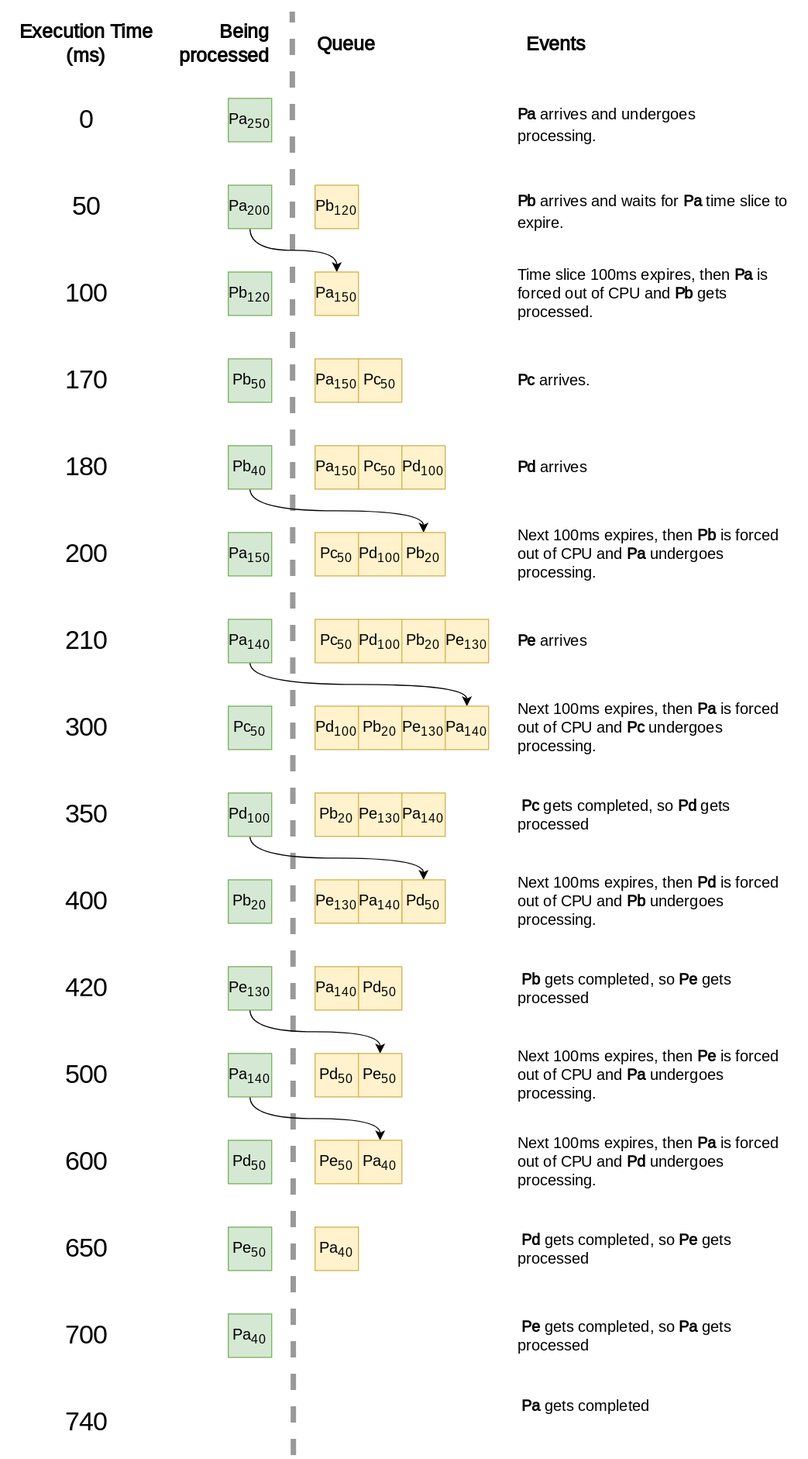
canonical/real-time-ubuntu-docs keeps this draw.io diagram as docs/explanation/rr_scheduler.svg. Above is the earlier version. Source tidied: cells renumbered, new cells last; positions are measured from the earlier drawing's top-left corner, leaving out a move shared by most shapes.
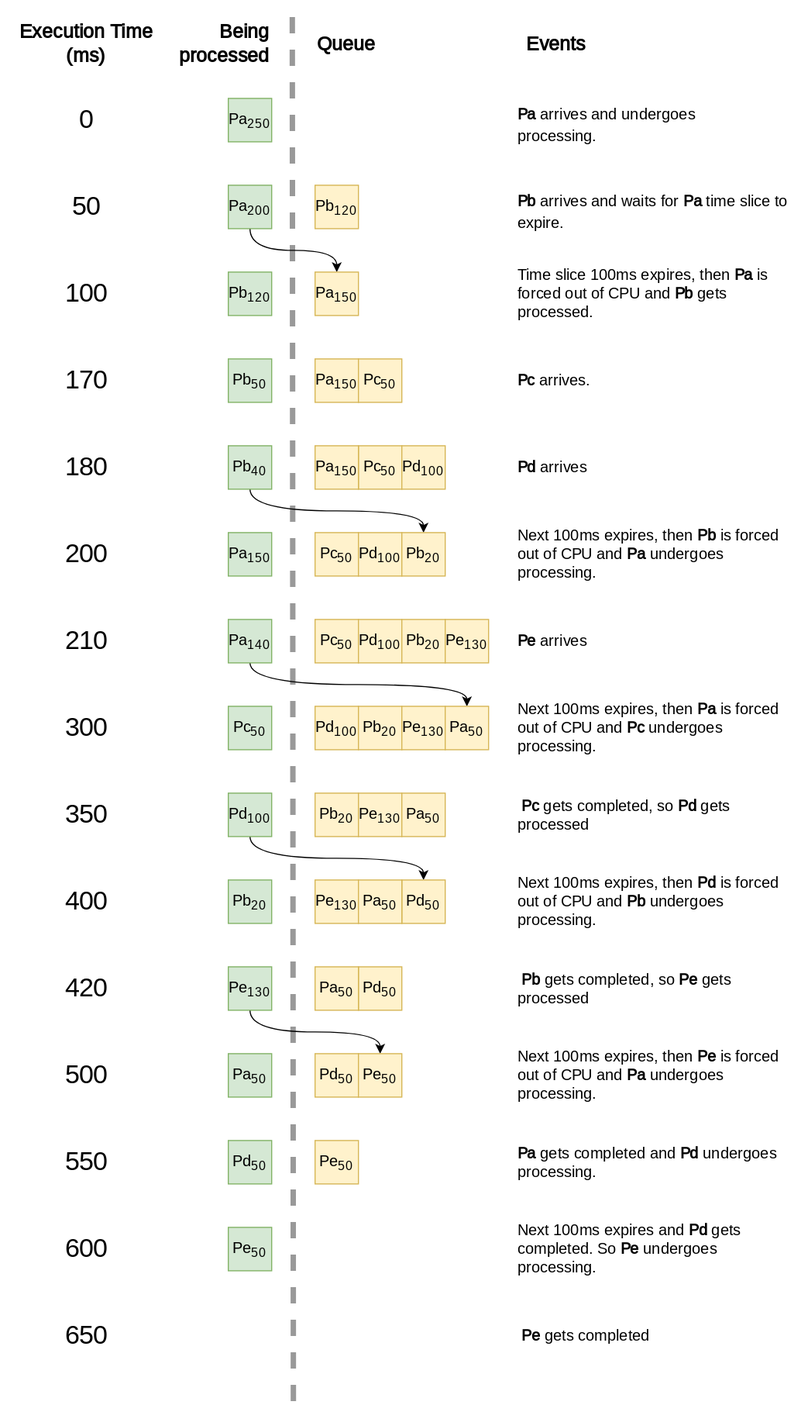
Later version of the same file.

Commit message:
fix: Wrong time decrementation for rr sched (#82)

* fix: Wrong time decrementation for rr sched

* fix: replace wrong SVG file

---------

What changed in the source:
```diff
@@ -13,7 +13,7 @@
     </mxCell>
     <mxCell id="5" style="endArrow=none;dashed=1;html=1;rounded=0;strokeWidth=5;strokeColor=#999999;fontFamily=Ubuntu;fontSource=https%3A%2F%2Ffonts.googleapis.com%2Fcss%3Ffamily%3DUbuntu;" parent="1" edge="1">
       <mxGeometry relative="1" as="geometry">
-        <mxPoint x="270" y="1340" as="sourcePoint" />
+        <mxPoint x="270" y="1290" as="sourcePoint" />
         <mxPoint x="269" y="10" as="targetPoint" />
       </mxGeometry>
     </mxCell>
@@ -149,7 +149,7 @@
     <mxCell id="49" value="&lt;font style=&quot;font-size: 14px;&quot;&gt;Pe&lt;sub style=&quot;&quot;&gt;130&lt;/sub&gt;&lt;/font&gt;" style="rounded=0;whiteSpace=wrap;html=1;fillColor=#fff2cc;strokeColor=#d6b656;fontFamily=Ubuntu;fontSource=https%3A%2F%2Ffonts.googleapis.com%2Fcss%3Ffamily%3DUbuntu;" parent="1" vertex="1">
       <mxGeometry x="370" y="650" width="40" height="40" as="geometry" />
     </mxCell>
-    <mxCell id="50" value="&lt;font style=&quot;font-size: 14px;&quot;&gt;Pa&lt;sub style=&quot;&quot;&gt;140&lt;/sub&gt;&lt;/font&gt;" style="rounded=0;whiteSpace=wrap;html=1;fillColor=#fff2cc;strokeColor=#d6b656;fontFamily=Ubuntu;fontSource=https%3A%2F%2Ffonts.googleapis.com%2Fcss%3Ffamily%3DUbuntu;" parent="1" vertex="1">
+    <mxCell id="50" value="&lt;font style=&quot;font-size: 14px;&quot;&gt;Pa&lt;sub style=&quot;&quot;&gt;50&lt;/sub&gt;&lt;/font&gt;" style="rounded=0;whiteSpace=wrap;html=1;fillColor=#fff2cc;strokeColor=#d6b656;fontFamily=Ubuntu;fontSource=https%3A%2F%2Ffonts.googleapis.com%2Fcss%3Ffamily%3DUbuntu;" parent="1" vertex="1">
       <mxGeometry x="410" y="650" width="40" height="40" as="geometry" />
     </mxCell>
     <mxCell id="51" value="&lt;font style=&quot;font-size: 24px;&quot;&gt;350&lt;/font&gt;" style="text;html=1;align=center;verticalAlign=middle;strokeColor=none;fillColor=none;fontFamily=Ubuntu;fontSource=https%3A%2F%2Ffonts.googleapis.com%2Fcss%3Ffamily%3DUbuntu;" parent="1" vertex="1">
@@ -161,7 +161,7 @@
     <mxCell id="53" value="&lt;font style=&quot;font-size: 14px;&quot;&gt;Pe&lt;sub style=&quot;&quot;&gt;130&lt;/sub&gt;&lt;/font&gt;" style="rounded=0;whiteSpace=wrap;html=1;fillColor=#fff2cc;strokeColor=#d6b656;fontFamily=Ubuntu;fontSource=https%3A%2F%2Ffonts.googleapis.com%2Fcss%3Ffamily%3DUbuntu;" parent="1" vertex="1">
       <mxGeometry x="330" y="730" width="40" height="40" as="geometry" />
     </mxCell>
-    <mxCell id="54" value="&lt;font style=&quot;font-size: 14px;&quot;&gt;Pa&lt;sub style=&quot;&quot;&gt;140&lt;/sub&gt;&lt;/font&gt;" style="rounded=0;whiteSpace=wrap;html=1;fillColor=#fff2cc;strokeColor=#d6b656;fontFamily=Ubuntu;fontSource=https%3A%2F%2Ffonts.googleapis.com%2Fcss%3Ffamily%3DUbuntu;" parent="1" vertex="1">
+    <mxCell id="54" value="&lt;font style=&quot;font-size: 14px;&quot;&gt;Pa&lt;sub style=&quot;&quot;&gt;50&lt;/sub&gt;&lt;/font&gt;" style="rounded=0;whiteSpace=wrap;html=1;fillColor=#fff2cc;strokeColor=#d6b656;fontFamily=Ubuntu;fontSource=https%3A%2F%2Ffonts.googleapis.com%2Fcss%3Ffamily%3DUbuntu;" parent="1" vertex="1">
       <mxGeometry x="370" y="730" width="40" height="40" as="geometry" />
     </mxCell>
     <mxCell id="55" style="edgeStyle=orthogonalEdgeStyle;curved=1;rounded=0;jettySize=auto;html=1;exitX=0.5;exitY=1;exitDx=0;exitDy=0;entryX=0.5;entryY=0;entryDx=0;entryDy=0;strokeColor=default;align=center;verticalAlign=middle;fontFamily=Ubuntu;fontSize=11;fontColor=default;labelBackgroundColor=default;endArrow=classic;fontSource=https%3A%2F%2Ffonts.googleapis.com%2Fcss%3Ffamily%3DUbuntu;" parent="1" edge="1" source="56" target="59">
@@ -182,7 +182,7 @@
     <mxCell id="60" value="&lt;font style=&quot;font-size: 14px;&quot;&gt;Pe&lt;sub style=&quot;&quot;&gt;130&lt;/sub&gt;&lt;/font&gt;" style="rounded=0;whiteSpace=wrap;html=1;fillColor=#fff2cc;strokeColor=#d6b656;fontFamily=Ubuntu;fontSource=https%3A%2F%2Ffonts.googleapis.com%2Fcss%3Ffamily%3DUbuntu;" parent="1" vertex="1">
       <mxGeometry x="290" y="810" width="40" height="40" as="geometry" />
     </mxCell>
-    <mxCell id="61" value="&lt;font style=&quot;font-size: 14px;&quot;&gt;Pa&lt;sub style=&quot;&quot;&gt;140&lt;/sub&gt;&lt;/font&gt;" style="rounded=0;whiteSpace=wrap;html=1;fillColor=#fff2cc;strokeColor=#d6b656;fontFamily=Ubuntu;fontSource=https%3A%2F%2Ffonts.googleapis.com%2Fcss%3Ffamily%3DUbuntu;" parent="1" vertex="1">
+    <mxCell id="61" value="&lt;font style=&quot;font-size: 14px;&quot;&gt;Pa&lt;sub style=&quot;&quot;&gt;50&lt;/sub&gt;&lt;/font&gt;" style="rounded=0;whiteSpace=wrap;html=1;fillColor=#fff2cc;strokeColor=#d6b656;fontFamily=Ubuntu;fontSource=https%3A%2F%2Ffonts.googleapis.com%2Fcss%3Ffamily%3DUbuntu;" parent="1" vertex="1">
       <mxGeometry x="330" y="810" width="40" height="40" as="geometry" />
     </mxCell>
     <mxCell id="62" value="&lt;font style=&quot;font-size: 24px;&quot;&gt;420&lt;/font&gt;" style="text;html=1;align=center;verticalAlign=middle;strokeColor=none;fillColor=none;fontFamily=Ubuntu;fontSource=https%3A%2F%2Ffonts.googleapis.com%2Fcss%3Ffamily%3DUbuntu;" parent="1" vertex="1">
@@ -197,16 +197,13 @@
     <mxCell id="65" value="&lt;font style=&quot;font-size: 14px;&quot;&gt;Pd&lt;sub style=&quot;&quot;&gt;50&lt;/sub&gt;&lt;/font&gt;" style="rounded=0;whiteSpace=wrap;html=1;fillColor=#fff2cc;strokeColor=#d6b656;fontFamily=Ubuntu;fontSource=https%3A%2F%2Ffonts.googleapis.com%2Fcss%3Ffamily%3DUbuntu;" parent="1" vertex="1">
       <mxGeometry x="330" y="890" width="40" height="40" as="geometry" />
     </mxCell>
-    <mxCell id="66" value="&lt;font style=&quot;font-size: 14px;&quot;&gt;Pa&lt;sub style=&quot;&quot;&gt;140&lt;/sub&gt;&lt;/font&gt;" style="rounded=0;whiteSpace=wrap;html=1;fillColor=#fff2cc;strokeColor=#d6b656;fontFamily=Ubuntu;fontSource=https%3A%2F%2Ffonts.googleapis.com%2Fcss%3Ffamily%3DUbuntu;" parent="1" vertex="1">
+    <mxCell id="66" value="&lt;font style=&quot;font-size: 14px;&quot;&gt;Pa&lt;sub style=&quot;&quot;&gt;50&lt;/sub&gt;&lt;/font&gt;" style="rounded=0;whiteSpace=wrap;html=1;fillColor=#fff2cc;strokeColor=#d6b656;fontFamily=Ubuntu;fontSource=https%3A%2F%2Ffonts.googleapis.com%2Fcss%3Ffamily%3DUbuntu;" parent="1" vertex="1">
       <mxGeometry x="290" y="890" width="40" height="40" as="geometry" />
     </mxCell>
     <mxCell id="67" value="&lt;font style=&quot;font-size: 24px;&quot;&gt;500&lt;/font&gt;" style="text;html=1;align=center;verticalAlign=middle;strokeColor=none;fillColor=none;fontFamily=Ubuntu;fontSource=https%3A%2F%2Ffonts.googleapis.com%2Fcss%3Ffamily%3DUbuntu;" parent="1" vertex="1">
       <mxGeometry x="48.8" y="970" width="60" height="40" as="geometry" />
     </mxCell>
-    <mxCell id="68" style="edgeStyle=orthogonalEdgeStyle;curved=1;rounded=0;jettySize=auto;html=1;exitX=0.5;exitY=1;exitDx=0;exitDy=0;entryX=0.5;entryY=0;entryDx=0;entryDy=0;strokeColor=default;align=center;verticalAlign=middle;fontFamily=Helvetica;fontSize=11;fontColor=default;labelBackgroundColor=default;endArrow=classic;" parent="1" edge="1" source="69" target="74">
-      <mxGeometry relative="1" as="geometry" />
-    </mxCell>
-    <mxCell id="69" value="&lt;font style=&quot;font-size: 14px;&quot;&gt;Pa&lt;sub style=&quot;&quot;&gt;140&lt;/sub&gt;&lt;/font&gt;" style="rounded=0;whiteSpace=wrap;html=1;fillColor=#d5e8d4;strokeColor=#82b366;fontFamily=Ubuntu;fontSource=https%3A%2F%2Ffonts.googleapis.com%2Fcss%3Ffamily%3DUbuntu;" parent="1" vertex="1">
+    <mxCell id="69" value="&lt;font style=&quot;font-size: 14px;&quot;&gt;Pa&lt;sub style=&quot;&quot;&gt;50&lt;/sub&gt;&lt;/font&gt;" style="rounded=0;whiteSpace=wrap;html=1;fillColor=#d5e8d4;strokeColor=#82b366;fontFamily=Ubuntu;fontSource=https%3A%2F%2Ffonts.googleapis.com%2Fcss%3Ffamily%3DUbuntu;" parent="1" vertex="1">
       <mxGeometry x="210" y="970" width="40" height="40" as="geometry" />
     </mxCell>
     <mxCell id="70" value="&lt;font style=&quot;font-size: 14px;&quot;&gt;Pd&lt;sub style=&quot;&quot;&gt;50&lt;/sub&gt;&lt;/font&gt;" style="rounded=0;whiteSpace=wrap;html=1;fillColor=#fff2cc;strokeColor=#d6b656;fontFamily=Ubuntu;fontSource=https%3A%2F%2Ffonts.googleapis.com%2Fcss%3Ffamily%3DUbuntu;" parent="1" vertex="1">
@@ -216,35 +213,14 @@
       <mxGeometry x="330" y="970" width="40" height="40" as="geometry" />
     </mxCell>
     <mxCell id="72" value="&lt;font style=&quot;font-size: 24px;&quot;&gt;600&lt;/font&gt;" style="text;html=1;align=center;verticalAlign=middle;strokeColor=none;fillColor=none;fontFamily=Ubuntu;fontSource=https%3A%2F%2Ffonts.googleapis.com%2Fcss%3Ffamily%3DUbuntu;" parent="1" vertex="1">
-      <mxGeometry x="48.8" y="1050" width="60" height="40" as="geometry" />
+      <mxGeometry x="48.8" y="1130" width="60" height="40" as="geometry" />
     </mxCell>
-    <mxCell id="73" value="&lt;font style=&quot;font-size: 14px;&quot;&gt;Pe&lt;sub style=&quot;&quot;&gt;50&lt;/sub&gt;&lt;/font&gt;" style="rounded=0;whiteSpace=wrap;html=1;fillColor=#fff2cc;strokeColor=#d6b656;fontFamily=Ubuntu;fontSource=https%3A%2F%2Ffonts.googleapis.com%2Fcss%3Ffamily%3DUbuntu;" parent="1" vertex="1">
-      <mxGeometry x="290" y="1050" width="40" height="40" as="geometry" />
-    </mxCell>
-    <mxCell id="74" value="&lt;font style=&quot;font-size: 14px;&quot;&gt;Pa&lt;sub style=&quot;&quot;&gt;40&lt;/sub&gt;&lt;/font&gt;" style="rounded=0;whiteSpace=wrap;html=1;fillColor=#fff2cc;strokeColor=#d6b656;fontFamily=Ubuntu;fontSource=https%3A%2F%2Ffonts.googleapis.com%2Fcss%3Ffamily%3DUbuntu;" parent="1" vertex="1">
-      <mxGeometry x="330" y="1050" width="40" height="40" as="geometry" />
-    </mxCell>
-    <mxCell id="75" value="&lt;font style=&quot;font-size: 14px;&quot;&gt;Pd&lt;sub style=&quot;&quot;&gt;50&lt;/sub&gt;&lt;/font&gt;" style="rounded=0;whiteSpace=wrap;html=1;fillColor=#d5e8d4;strokeColor=#82b366;fontFamily=Ubuntu;fontSource=https%3A%2F%2Ffonts.googleapis.com%2Fcss%3Ffamily%3DUbuntu;" parent="1" vertex="1">
-      <mxGeometry x="210" y="1050" width="40" height="40" as="geometry" />
+    <mxCell id="75" value="&lt;font style=&quot;font-size: 14px;&quot;&gt;Pe&lt;sub style=&quot;&quot;&gt;50&lt;/sub&gt;&lt;/font&gt;" style="rounded=0;whiteSpace=wrap;html=1;fillColor=#d5e8d4;strokeColor=#82b366;fontFamily=Ubuntu;fontSource=https%3A%2F%2Ffonts.googleapis.com%2Fcss%3Ffamily%3DUbuntu;" parent="1" vertex="1">
+      <mxGeometry x="210" y="1130" width="40" height="40" as="geometry" />
     </mxCell>
     <mxCell id="76" value="&lt;font style=&quot;font-size: 24px;&quot;&gt;650&lt;/font&gt;" style="text;html=1;align=center;verticalAlign=middle;strokeColor=none;fillColor=none;fontFamily=Ubuntu;fontSource=https%3A%2F%2Ffonts.googleapis.com%2Fcss%3Ffamily%3DUbuntu;" parent="1" vertex="1">
-      <mxGeometry x="48.8" y="1130" width="60" height="40" as="geometry" />
+      <mxGeometry x="48.8" y="1210" width="60" height="40" as="geometry" />
     </mxCell>
-    <mxCell id="77" value="&lt;font style=&quot;font-size: 14px;&quot;&gt;Pa&lt;sub style=&quot;&quot;&gt;40&lt;/sub&gt;&lt;/font&gt;" style="rounded=0;whiteSpace=wrap;html=1;fillColor=#fff2cc;strokeColor=#d6b656;fontFamily=Ubuntu;fontSource=https%3A%2F%2Ffonts.googleapis.com%2Fcss%3Ffamily%3DUbuntu;" parent="1" vertex="1">
-      <mxGeometry x="290" y="1130" width="40" height="40" as="geometry" />
-    </mxCell>
-    <mxCell id="78" value="&lt;font style=&quot;font-size: 14px;&quot;&gt;Pe&lt;sub style=&quot;&quot;&gt;50&lt;/sub&gt;&lt;/font&gt;" style="rounded=0;whiteSpace=wrap;html=1;fillColor=#d5e8d4;strokeColor=#82b366;fontFamily=Ubuntu;fontSource=https%3A%2F%2Ffonts.googleapis.com%2Fcss%3Ffamily%3DUbuntu;" parent="1" vertex="1">
-      <mxGeometry x="210" y="1130" width="40" height="40" as="geometry" />
-    </mxCell>
-    <mxCell id="79" value="&lt;font style=&quot;font-size: 24px;&quot;&gt;700&lt;/font&gt;" style="text;html=1;align=center;verticalAlign=middle;strokeColor=none;fillColor=none;fontFamily=Ubuntu;fontSource=https%3A%2F%2Ffonts.googleapis.com%2Fcss%3Ffamily%3DUbuntu;" parent="1" vertex="1">
-      <mxGeometry x="48.8" y="1210" width="60" height="40" as="geometry" />
-    </mxCell>
-    <mxCell id="80" value="&lt;font style=&quot;font-size: 14px;&quot;&gt;Pa&lt;sub style=&quot;&quot;&gt;40&lt;/sub&gt;&lt;/font&gt;" style="rounded=0;whiteSpace=wrap;html=1;fillColor=#d5e8d4;strokeColor=#82b366;fontFamily=Ubuntu;fontSource=https%3A%2F%2Ffonts.googleapis.com%2Fcss%3Ffamily%3DUbuntu;" parent="1" vertex="1">
-      <mxGeometry x="210" y="1210" width="40" height="40" as="geometry" />
-    </mxCell>
-    <mxCell id="81" value="&lt;font style=&quot;font-size: 24px;&quot;&gt;740&lt;/font&gt;" style="text;html=1;align=center;verticalAlign=middle;strokeColor=none;fillColor=none;fontFamily=Ubuntu;fontSource=https%3A%2F%2Ffonts.googleapis.com%2Fcss%3Ffamily%3DUbuntu;" parent="1" vertex="1">
-      <mxGeometry x="48.8" y="1290" width="60" height="40" as="geometry" />
-    </mxCell>
     <mxCell id="82" value="Next 100ms expires, then&amp;nbsp;&lt;b style=&quot;font-size: 14px;&quot;&gt;Pa&lt;/b&gt;&amp;nbsp;is forced out of CPU and &lt;b style=&quot;font-size: 14px;&quot;&gt;Pc&lt;/b&gt;&amp;nbsp;undergoes processing." style="text;html=1;align=left;verticalAlign=middle;whiteSpace=wrap;rounded=0;fontFamily=Ubuntu;fontSource=https%3A%2F%2Ffonts.googleapis.com%2Fcss%3Ffamily%3DUbuntu;fontSize=14;" parent="1" vertex="1">
       <mxGeometry x="475" y="655" width="260" height="30" as="geometry" />
     </mxCell>
@@ -260,17 +236,23 @@
     <mxCell id="86" value="Next 100ms expires, then&amp;nbsp;&lt;b style=&quot;font-size: 14px;&quot;&gt;Pe&lt;/b&gt;&amp;nbsp;is forced out of CPU and &lt;b style=&quot;font-size: 14px;&quot;&gt;Pa&lt;/b&gt;&amp;nbsp;undergoes processing." style="text;html=1;align=left;verticalAlign=middle;whiteSpace=wrap;rounded=0;fontFamily=Ubuntu;fontSource=https%3A%2F%2Ffonts.googleapis.com%2Fcss%3Ffamily%3DUbuntu;fontSize=14;" parent="1" vertex="1">
       <mxGeometry x="475" y="975" width="260" height="30" as="geometry" />
     </mxCell>
-    <mxCell id="87" value="Next 100ms expires, then&amp;nbsp;&lt;b style=&quot;font-size: 14px;&quot;&gt;Pa&lt;/b&gt;&amp;nbsp;is forced out of CPU and &lt;b style=&quot;font-size: 14px;&quot;&gt;Pd&lt;/b&gt;&amp;nbsp;undergoes processing." style="text;html=1;align=left;verticalAlign=middle;whiteSpace=wrap;rounded=0;fontFamily=Ubuntu;fontSource=https%3A%2F%2Ffonts.googleapis.com%2Fcss%3Ffamily%3DUbuntu;fontSize=14;" parent="1" vertex="1">
-      <mxGeometry x="475" y="1055" width="260" height="30" as="geometry" />
+    <mxCell id="87" value="Next 100ms expires and&amp;nbsp;&lt;b style=&quot;font-size: 14px;&quot;&gt;Pd&lt;/b&gt;&amp;nbsp;gets completed. So&amp;nbsp;&lt;b style=&quot;font-size: 14px;&quot;&gt;Pe&lt;/b&gt;&amp;nbsp;undergoes processing." style="text;html=1;align=left;verticalAlign=middle;whiteSpace=wrap;rounded=0;fontFamily=Ubuntu;fontSource=https%3A%2F%2Ffonts.googleapis.com%2Fcss%3Ffamily%3DUbuntu;fontSize=14;" parent="1" vertex="1">
+      <mxGeometry x="475" y="1135" width="260" height="30" as="geometry" />
     </mxCell>
-    <mxCell id="88" value="&amp;nbsp;&lt;b style=&quot;font-size: 14px;&quot;&gt;Pd&lt;/b&gt;&amp;nbsp;gets completed, so&amp;nbsp;&lt;b style=&quot;font-size: 14px;&quot;&gt;Pe&amp;nbsp;&lt;/b&gt;gets processed&amp;nbsp;" style="text;html=1;align=left;verticalAlign=middle;whiteSpace=wrap;rounded=0;fontFamily=Ubuntu;fontSource=https%3A%2F%2Ffonts.googleapis.com%2Fcss%3Ffamily%3DUbuntu;fontSize=14;" parent="1" vertex="1">
-      <mxGeometry x="475" y="1135" width="260" height="30" as="geometry" />
+    <mxCell id="88" value="&amp;nbsp;&lt;b style=&quot;font-size: 14px;&quot;&gt;Pe&lt;/b&gt;&amp;nbsp;gets completed&amp;nbsp;" style="text;html=1;align=left;verticalAlign=middle;whiteSpace=wrap;rounded=0;fontFamily=Ubuntu;fontSource=https%3A%2F%2Ffonts.googleapis.com%2Fcss%3Ffamily%3DUbuntu;fontSize=14;" parent="1" vertex="1">
+      <mxGeometry x="475" y="1215" width="260" height="30" as="geometry" />
     </mxCell>
-    <mxCell id="89" value="&amp;nbsp;&lt;b style=&quot;font-size: 14px;&quot;&gt;Pe&lt;/b&gt;&amp;nbsp;gets completed, so&amp;nbsp;&lt;b style=&quot;font-size: 14px;&quot;&gt;Pa&amp;nbsp;&lt;/b&gt;gets processed&amp;nbsp;" style="text;html=1;align=left;verticalAlign=middle;whiteSpace=wrap;rounded=0;fontFamily=Ubuntu;fontSource=https%3A%2F%2Ffonts.googleapis.com%2Fcss%3Ffamily%3DUbuntu;fontSize=14;" parent="1" vertex="1">
-      <mxGeometry x="475" y="1215" width="260" height="30" as="geometry" />
-    </mxCell>
-    <mxCell id="90" value="&amp;nbsp;&lt;b style=&quot;font-size: 14px;&quot;&gt;Pa&lt;/b&gt;&amp;nbsp;gets completed&amp;nbsp;" style="text;html=1;align=left;verticalAlign=middle;whiteSpace=wrap;rounded=0;fontFamily=Ubuntu;fontSource=https%3A%2F%2Ffonts.googleapis.com%2Fcss%3Ffamily%3DUbuntu;fontSize=14;" parent="1" vertex="1">
-      <mxGeometry x="475" y="1280" width="260" height="30" as="geometry" />
-    </mxCell>
+    <mxCell id="91" value="&lt;font style=&quot;font-size: 24px;&quot;&gt;550&lt;/font&gt;" style="text;html=1;align=center;verticalAlign=middle;strokeColor=none;fillColor=none;fontFamily=Ubuntu;fontSource=https%3A%2F%2Ffonts.googleapis.com%2Fcss%3Ffamily%3DUbuntu;" parent="1" vertex="1">
+      <mxGeometry x="48.8" y="1050" width="60" height="40" as="geometry" />
+    </mxCell>
+    <mxCell id="73" value="&lt;font style=&quot;font-size: 14px;&quot;&gt;Pe&lt;sub style=&quot;&quot;&gt;50&lt;/sub&gt;&lt;/font&gt;" style="rounded=0;whiteSpace=wrap;html=1;fillColor=#fff2cc;strokeColor=#d6b656;fontFamily=Ubuntu;fontSource=https%3A%2F%2Ffonts.googleapis.com%2Fcss%3Ffamily%3DUbuntu;" parent="1" vertex="1">
+      <mxGeometry x="290" y="1050" width="40" height="40" as="geometry" />
+    </mxCell>
+    <mxCell id="92" value="&lt;font style=&quot;font-size: 14px;&quot;&gt;Pd&lt;sub style=&quot;&quot;&gt;50&lt;/sub&gt;&lt;/font&gt;" style="rounded=0;whiteSpace=wrap;html=1;fillColor=#d5e8d4;strokeColor=#82b366;fontFamily=Ubuntu;fontSource=https%3A%2F%2Ffonts.googleapis.com%2Fcss%3Ffamily%3DUbuntu;" parent="1" vertex="1">
+      <mxGeometry x="210" y="1050" width="40" height="40" as="geometry" />
+    </mxCell>
+    <mxCell id="93" value="&lt;b style=&quot;font-size: 14px;&quot;&gt;Pa&lt;/b&gt;&amp;nbsp;gets completed and &lt;b style=&quot;font-size: 14px;&quot;&gt;Pd&lt;/b&gt;&amp;nbsp;undergoes processing." style="text;html=1;align=left;verticalAlign=middle;whiteSpace=wrap;rounded=0;fontFamily=Ubuntu;fontSource=https%3A%2F%2Ffonts.googleapis.com%2Fcss%3Ffamily%3DUbuntu;fontSize=14;" parent="1" vertex="1">
+      <mxGeometry x="475" y="1055" width="260" height="30" as="geometry" />
+    </mxCell>
   </root>
 </mxGraphModel>
```
